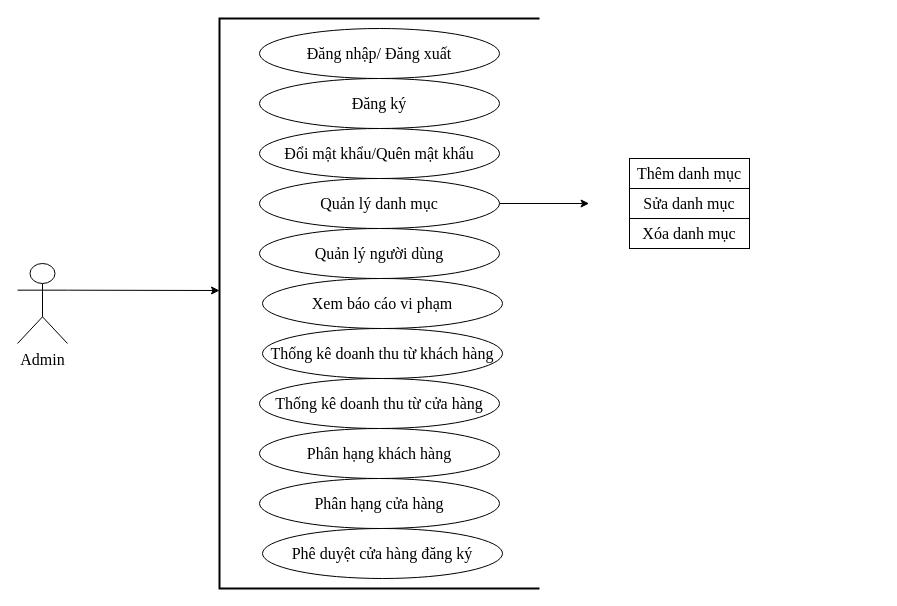
This is usecase3.drawio from nguyenthanhdat22012001/project-ecommerce, a draw.io file, before an edit. Source tidied: cells renumbered, new cells numbered last; positions are measured from the earlier drawing's top-left corner, leaving out a move shared by most shapes. Both pictures are drawn from the tidied source at 100%, with x=0, y=0 at pixel (17, 18).
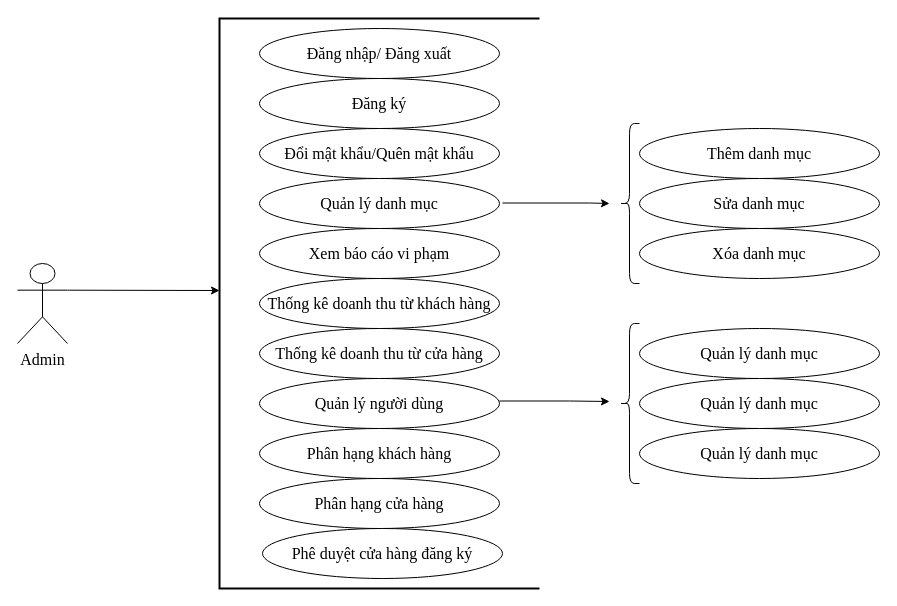
The same diagram, later.

Diff of the diagram source:
```diff
@@
     <mxCell id="8" value="Thống kê doanh thu từ cửa hàng" style="ellipse;whiteSpace=wrap;html=1;fontFamily=Times New Roman;fontSize=16;" parent="1" vertex="1">
-      <mxGeometry x="242" y="360" width="240" height="50" as="geometry" />
+      <mxGeometry x="242" y="310" width="240" height="50" as="geometry" />
     </mxCell>
     <mxCell id="9" value="Thống kê doanh thu từ khách hàng" style="ellipse;whiteSpace=wrap;html=1;fontFamily=Times New Roman;fontSize=16;" parent="1" vertex="1">
-      <mxGeometry x="245" y="310" width="240" height="50" as="geometry" />
+      <mxGeometry x="242" y="260" width="240" height="50" as="geometry" />
     </mxCell>
@@
     <mxCell id="12" value="Xem báo cáo vi phạm" style="ellipse;whiteSpace=wrap;html=1;fontFamily=Times New Roman;fontSize=16;" parent="1" vertex="1">
-      <mxGeometry x="245" y="260" width="240" height="50" as="geometry" />
+      <mxGeometry x="242" y="210" width="240" height="50" as="geometry" />
     </mxCell>
@@
     <mxCell id="14" value="Quản lý người dùng" style="ellipse;whiteSpace=wrap;html=1;fontFamily=Times New Roman;fontSize=16;" parent="1" vertex="1">
-      <mxGeometry x="242" y="210" width="240" height="50" as="geometry" />
+      <mxGeometry x="242" y="360" width="240" height="50" as="geometry" />
     </mxCell>
     <mxCell id="15" style="edgeStyle=orthogonalEdgeStyle;rounded=0;orthogonalLoop=1;jettySize=auto;html=1;fontFamily=Times New Roman;fontSize=16;" parent="1" edge="1">
       <mxGeometry relative="1" as="geometry">
-        <mxPoint x="482" y="185" as="sourcePoint" />
-        <mxPoint x="571.6" y="185" as="targetPoint" />
+        <mxPoint x="485" y="184.5" as="sourcePoint" />
+        <mxPoint x="592" y="185" as="targetPoint" />
+        <Array as="points">
+          <mxPoint x="572" y="185" />
+          <mxPoint x="572" y="185" />
+        </Array>
       </mxGeometry>
     </mxCell>
+    <mxCell id="19" value="Phê duyệt cửa hàng đăng ký" style="ellipse;whiteSpace=wrap;html=1;fontFamily=Times New Roman;fontSize=16;" parent="1" vertex="1">
+      <mxGeometry x="245" y="510" width="240" height="50" as="geometry" />
+    </mxCell>
-    <mxCell id="16" value="Thêm danh mục" style="rounded=0;whiteSpace=wrap;html=1;fontFamily=Times New Roman;fontSize=16;" parent="1" vertex="1">
-      <mxGeometry x="612" y="140" width="120" height="30" as="geometry" />
+    <mxCell id="16" value="Thêm danh mục" style="ellipse;whiteSpace=wrap;html=1;fontFamily=Times New Roman;fontSize=16;" parent="1" vertex="1">
+      <mxGeometry x="622" y="110" width="240" height="50" as="geometry" />
     </mxCell>
-    <mxCell id="17" value="Sửa danh mục" style="rounded=0;whiteSpace=wrap;html=1;fontFamily=Times New Roman;fontSize=16;" parent="1" vertex="1">
-      <mxGeometry x="612" y="170" width="120" height="30" as="geometry" />
+    <mxCell id="17" value="Sửa danh mục" style="ellipse;whiteSpace=wrap;html=1;fontFamily=Times New Roman;fontSize=16;" parent="1" vertex="1">
+      <mxGeometry x="622" y="160" width="240" height="50" as="geometry" />
     </mxCell>
-    <mxCell id="18" value="Xóa danh mục" style="rounded=0;whiteSpace=wrap;html=1;fontFamily=Times New Roman;fontSize=16;" parent="1" vertex="1">
-      <mxGeometry x="612" y="200" width="120" height="30" as="geometry" />
+    <mxCell id="18" value="Xóa danh mục" style="ellipse;whiteSpace=wrap;html=1;fontFamily=Times New Roman;fontSize=16;" parent="1" vertex="1">
+      <mxGeometry x="622" y="210" width="240" height="50" as="geometry" />
     </mxCell>
-    <mxCell id="19" value="Phê duyệt cửa hàng đăng ký" style="ellipse;whiteSpace=wrap;html=1;fontFamily=Times New Roman;fontSize=16;" parent="1" vertex="1">
-      <mxGeometry x="245" y="510" width="240" height="50" as="geometry" />
-    </mxCell>
+    <mxCell id="20" value="Quản lý danh mục" style="ellipse;whiteSpace=wrap;html=1;fontFamily=Times New Roman;fontSize=16;" parent="1" vertex="1">
+      <mxGeometry x="622" y="310" width="240" height="50" as="geometry" />
+    </mxCell>
+    <mxCell id="21" value="Quản lý danh mục" style="ellipse;whiteSpace=wrap;html=1;fontFamily=Times New Roman;fontSize=16;" parent="1" vertex="1">
+      <mxGeometry x="622" y="360" width="240" height="50" as="geometry" />
+    </mxCell>
+    <mxCell id="22" value="Quản lý danh mục" style="ellipse;whiteSpace=wrap;html=1;fontFamily=Times New Roman;fontSize=16;" parent="1" vertex="1">
+      <mxGeometry x="622" y="410" width="240" height="50" as="geometry" />
+    </mxCell>
+    <mxCell id="23" style="shape=curlyBracket;whiteSpace=wrap;html=1;rounded=1;" parent="1" vertex="1">
+      <mxGeometry x="602" y="105" width="20" height="160" as="geometry" />
+    </mxCell>
+    <mxCell id="24" style="shape=curlyBracket;whiteSpace=wrap;html=1;rounded=1;" parent="1" vertex="1">
+      <mxGeometry x="602" y="305" width="20" height="160" as="geometry" />
+    </mxCell>
+    <mxCell id="25" style="edgeStyle=orthogonalEdgeStyle;rounded=0;orthogonalLoop=1;jettySize=auto;html=1;fontFamily=Times New Roman;fontSize=16;" parent="1" edge="1">
+      <mxGeometry relative="1" as="geometry">
+        <mxPoint x="482" y="382.5" as="sourcePoint" />
+        <mxPoint x="592" y="383" as="targetPoint" />
+        <Array as="points">
+          <mxPoint x="552" y="383" />
+          <mxPoint x="552" y="383" />
+        </Array>
+      </mxGeometry>
+    </mxCell>
```
